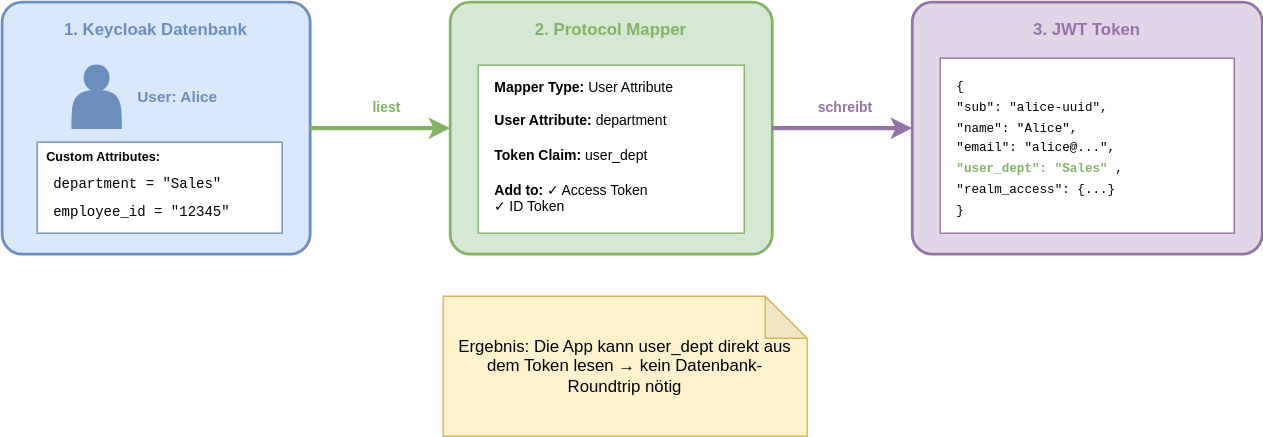
it-erben/training-keycloak keeps this draw.io diagram as slides/04-clients-benutzerverwaltung/images/protocol_mapper_flow.drawio.svg. Above is the earlier version. Source tidied: cells renumbered, new cells last; positions are measured from the earlier drawing's top-left corner, leaving out a move shared by most shapes.
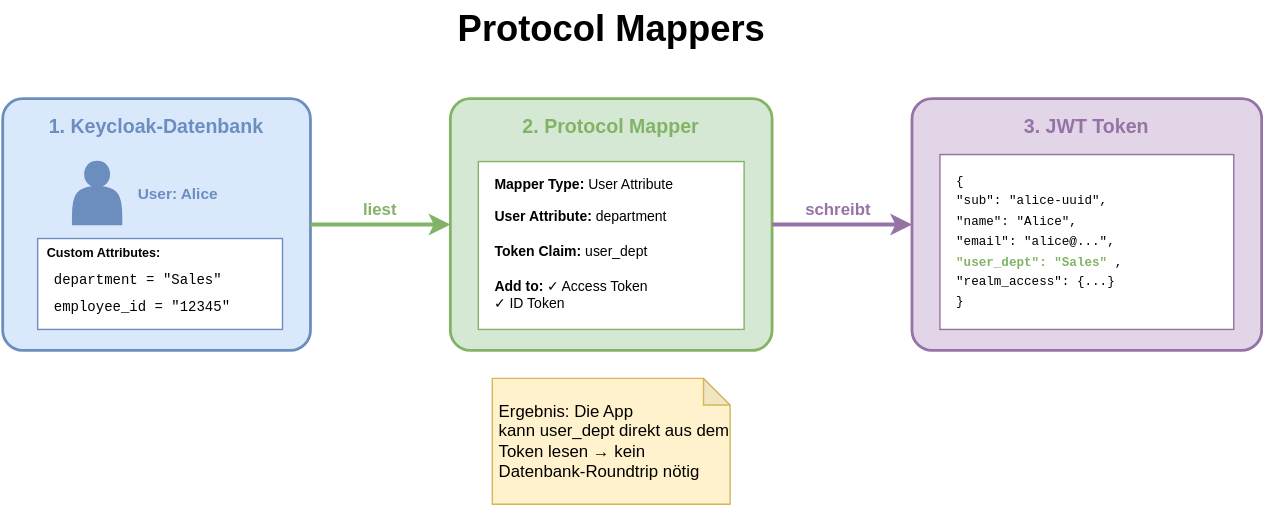
The same diagram one commit later.

What changed in the source:
```diff
@@ -5,7 +5,7 @@
     <mxCell id="2" style="rounded=1;whiteSpace=wrap;html=1;fillColor=#dae8fc;strokeColor=#6c8ebf;strokeWidth=2;arcSize=8;" parent="1" vertex="1">
       <mxGeometry width="220" height="180" as="geometry" />
     </mxCell>
-    <mxCell id="3" value="&lt;b style=&quot;font-size:12px&quot;&gt;1. Keycloak Datenbank&lt;/b&gt;" style="text;html=1;strokeColor=none;fillColor=none;align=center;verticalAlign=middle;whiteSpace=wrap;rounded=0;fontColor=#6c8ebf;" parent="1" vertex="1">
+    <mxCell id="3" value="&lt;b&gt;1. Keycloak-Datenbank&lt;/b&gt;" style="text;html=1;strokeColor=none;fillColor=none;align=center;verticalAlign=middle;whiteSpace=wrap;rounded=0;fontColor=#6c8ebf;fontSize=14;" parent="1" vertex="1">
       <mxGeometry x="30" y="10" width="160" height="20" as="geometry" />
     </mxCell>
     <mxCell id="4" style="shape=actor;whiteSpace=wrap;html=1;fillColor=#6c8ebf;strokeColor=#6c8ebf;" parent="1" vertex="1">
@@ -20,22 +20,22 @@
     <mxCell id="7" value="&lt;font style=&quot;font-size:9px&quot;&gt;&lt;b&gt;Custom Attributes:&lt;/b&gt;&lt;/font&gt;" style="text;html=1;strokeColor=none;fillColor=none;align=left;verticalAlign=middle;whiteSpace=wrap;rounded=0;" parent="1" vertex="1">
       <mxGeometry x="30" y="102" width="120" height="15" as="geometry" />
     </mxCell>
-    <mxCell id="8" value="&lt;font style=&quot;font-size:10px&quot;&gt;&lt;code&gt;department = &quot;Sales&quot;&lt;/code&gt;&lt;/font&gt;" style="text;html=1;strokeColor=none;fillColor=none;align=left;verticalAlign=middle;whiteSpace=wrap;rounded=0;" parent="1" vertex="1">
+    <mxCell id="8" value="&lt;font face=&quot;Courier New&quot; style=&quot;font-size:10px&quot;&gt;&lt;code&gt;department = &quot;Sales&quot;&lt;/code&gt;&lt;/font&gt;" style="text;html=1;strokeColor=none;fillColor=none;align=left;verticalAlign=middle;whiteSpace=wrap;rounded=0;" parent="1" vertex="1">
       <mxGeometry x="35" y="120" width="155" height="18" as="geometry" />
     </mxCell>
-    <mxCell id="9" value="&lt;font style=&quot;font-size:10px&quot;&gt;&lt;code&gt;employee_id = &quot;12345&quot;&lt;/code&gt;&lt;/font&gt;" style="text;html=1;strokeColor=none;fillColor=none;align=left;verticalAlign=middle;whiteSpace=wrap;rounded=0;" parent="1" vertex="1">
+    <mxCell id="9" value="&lt;font style=&quot;font-size:10px&quot;&gt;&lt;code&gt;employee_id = &quot;12345&quot;&lt;/code&gt;&lt;/font&gt;" style="text;html=1;strokeColor=none;fillColor=none;align=left;verticalAlign=middle;whiteSpace=wrap;rounded=0;fontFamily=Courier New;" parent="1" vertex="1">
       <mxGeometry x="35" y="140" width="155" height="18" as="geometry" />
     </mxCell>
     <mxCell id="10" style="endArrow=classic;html=1;strokeWidth=3;strokeColor=#82b366;exitX=1;exitY=0.5;exitDx=0;exitDy=0;entryX=0;entryY=0.5;entryDx=0;entryDy=0;" parent="1" edge="1" source="2" target="12">
       <mxGeometry relative="1" as="geometry" />
     </mxCell>
-    <mxCell id="11" value="&lt;font color=&quot;#82b366&quot;&gt;&lt;b&gt;liest&lt;/b&gt;&lt;/font&gt;" style="text;html=1;strokeColor=none;fillColor=none;align=center;verticalAlign=middle;whiteSpace=wrap;rounded=0;fontSize=10;" parent="1" vertex="1">
-      <mxGeometry x="255" y="65" width="40" height="20" as="geometry" />
+    <mxCell id="11" value="&lt;font color=&quot;#82b366&quot;&gt;&lt;b&gt;liest&lt;/b&gt;&lt;/font&gt;" style="text;html=1;strokeColor=none;fillColor=none;align=center;verticalAlign=middle;whiteSpace=wrap;rounded=0;fontSize=12;" parent="1" vertex="1">
+      <mxGeometry x="250" y="70" width="40" height="20" as="geometry" />
     </mxCell>
     <mxCell id="12" style="rounded=1;whiteSpace=wrap;html=1;fillColor=#d5e8d4;strokeColor=#82b366;strokeWidth=2;arcSize=8;" parent="1" vertex="1">
       <mxGeometry x="320" width="230" height="180" as="geometry" />
     </mxCell>
-    <mxCell id="13" value="&lt;b style=&quot;font-size:12px&quot;&gt;2. Protocol Mapper&lt;/b&gt;" style="text;html=1;strokeColor=none;fillColor=none;align=center;verticalAlign=middle;whiteSpace=wrap;rounded=0;fontColor=#82b366;" parent="1" vertex="1">
+    <mxCell id="13" value="&lt;b&gt;2. Protocol Mapper&lt;/b&gt;" style="text;html=1;strokeColor=none;fillColor=none;align=center;verticalAlign=middle;whiteSpace=wrap;rounded=0;fontColor=#82b366;fontSize=14;" parent="1" vertex="1">
       <mxGeometry x="365" y="10" width="140" height="20" as="geometry" />
     </mxCell>
     <mxCell id="14" style="rounded=0;whiteSpace=wrap;html=1;fillColor=#ffffff;strokeColor=#82b366;strokeWidth=1;" parent="1" vertex="1">
@@ -58,23 +58,26 @@
         <mxPoint x="650" y="90" as="targetPoint" />
       </mxGeometry>
     </mxCell>
-    <mxCell id="20" value="&lt;font color=&quot;#9673a6&quot;&gt;&lt;b&gt;schreibt&lt;/b&gt;&lt;/font&gt;" style="text;html=1;strokeColor=none;fillColor=none;align=center;verticalAlign=middle;whiteSpace=wrap;rounded=0;fontSize=10;" parent="1" vertex="1">
-      <mxGeometry x="575" y="65" width="55" height="20" as="geometry" />
+    <mxCell id="20" value="&lt;font color=&quot;#9673a6&quot;&gt;&lt;b&gt;schreibt&lt;/b&gt;&lt;/font&gt;" style="text;html=1;strokeColor=none;fillColor=none;align=center;verticalAlign=middle;whiteSpace=wrap;rounded=0;fontSize=12;" parent="1" vertex="1">
+      <mxGeometry x="570" y="70" width="55" height="20" as="geometry" />
     </mxCell>
     <mxCell id="21" style="rounded=1;whiteSpace=wrap;html=1;fillColor=#e1d5e7;strokeColor=#9673a6;strokeWidth=2;arcSize=8;" parent="1" vertex="1">
       <mxGeometry x="650" width="250" height="180" as="geometry" />
     </mxCell>
-    <mxCell id="22" value="&lt;b style=&quot;font-size:12px&quot;&gt;3. JWT Token&lt;/b&gt;" style="text;html=1;strokeColor=none;fillColor=none;align=center;verticalAlign=middle;whiteSpace=wrap;rounded=0;fontColor=#9673a6;" parent="1" vertex="1">
+    <mxCell id="22" value="&lt;b&gt;3. JWT Token&lt;/b&gt;" style="text;html=1;strokeColor=none;fillColor=none;align=center;verticalAlign=middle;whiteSpace=wrap;rounded=0;fontColor=#9673a6;fontSize=14;" parent="1" vertex="1">
       <mxGeometry x="720" y="10" width="110" height="20" as="geometry" />
     </mxCell>
     <mxCell id="23" style="rounded=0;whiteSpace=wrap;html=1;fillColor=#ffffff;strokeColor=#9673a6;strokeWidth=1;" parent="1" vertex="1">
       <mxGeometry x="670" y="40" width="210" height="125" as="geometry" />
     </mxCell>
-    <mxCell id="24" value="&lt;font style=&quot;font-size:9px&quot;&gt;&lt;code&gt;{&lt;br&gt;&amp;nbsp;&amp;nbsp;&quot;sub&quot;: &quot;alice-uuid&quot;,&lt;br&gt;&amp;nbsp;&amp;nbsp;&quot;name&quot;: &quot;Alice&quot;,&lt;br&gt;&amp;nbsp;&amp;nbsp;&quot;email&quot;: &quot;alice@...&quot;,&lt;br&gt;&amp;nbsp;&amp;nbsp;&lt;b style=&quot;color:#82b366&quot;&gt;&quot;user_dept&quot;: &quot;Sales&quot;&lt;/b&gt;,&lt;br&gt;&amp;nbsp;&amp;nbsp;&quot;realm_access&quot;: {...}&lt;br&gt;}&lt;/code&gt;&lt;/font&gt;" style="text;html=1;strokeColor=none;fillColor=none;align=left;verticalAlign=top;whiteSpace=wrap;rounded=0;" parent="1" vertex="1">
+    <mxCell id="24" value="&lt;font style=&quot;font-size:9px&quot;&gt;&lt;code&gt;{&lt;br&gt;&amp;nbsp;&amp;nbsp;&quot;sub&quot;: &quot;alice-uuid&quot;,&lt;br&gt;&amp;nbsp;&amp;nbsp;&quot;name&quot;: &quot;Alice&quot;,&lt;br&gt;&amp;nbsp;&amp;nbsp;&quot;email&quot;: &quot;alice@...&quot;,&lt;br&gt;&amp;nbsp;&amp;nbsp;&lt;b style=&quot;color:#82b366&quot;&gt;&quot;user_dept&quot;: &quot;Sales&quot;&lt;/b&gt;,&lt;br&gt;&amp;nbsp;&amp;nbsp;&quot;realm_access&quot;: {...}&lt;br&gt;}&lt;/code&gt;&lt;/font&gt;" style="text;html=1;strokeColor=none;fillColor=none;align=left;verticalAlign=top;whiteSpace=wrap;rounded=0;fontFamily=Courier New;" parent="1" vertex="1">
       <mxGeometry x="680" y="45" width="190" height="115" as="geometry" />
     </mxCell>
-    <mxCell id="25" value="Ergebnis: Die App kann user_dept direkt aus dem Token lesen → kein Datenbank-Roundtrip nötig" style="shape=note;whiteSpace=wrap;backgroundOutline=1;darkOpacity=0.05;fillColor=#fff2cc;strokeColor=#d6b656;" parent="1" vertex="1">
-      <mxGeometry x="315" y="210" width="260" height="100" as="geometry" />
+    <mxCell id="25" value="Ergebnis: Die App kann user_dept direkt aus dem Token lesen → kein Datenbank-Roundtrip nötig" style="shape=note;whiteSpace=wrap;backgroundOutline=1;darkOpacity=0.05;fillColor=#fff2cc;strokeColor=#d6b656;size=19;align=left;spacingLeft=3;" parent="1" vertex="1">
+      <mxGeometry x="350" y="200" width="170" height="90" as="geometry" />
     </mxCell>
+    <mxCell id="26" value="Protocol Mappers" style="text;strokeColor=none;fillColor=none;html=1;fontSize=26;fontStyle=1;verticalAlign=middle;align=center;" parent="1" vertex="1">
+      <mxGeometry x="385" y="-70" width="100" height="40" as="geometry" />
+    </mxCell>
   </root>
 </mxGraphModel>
```
